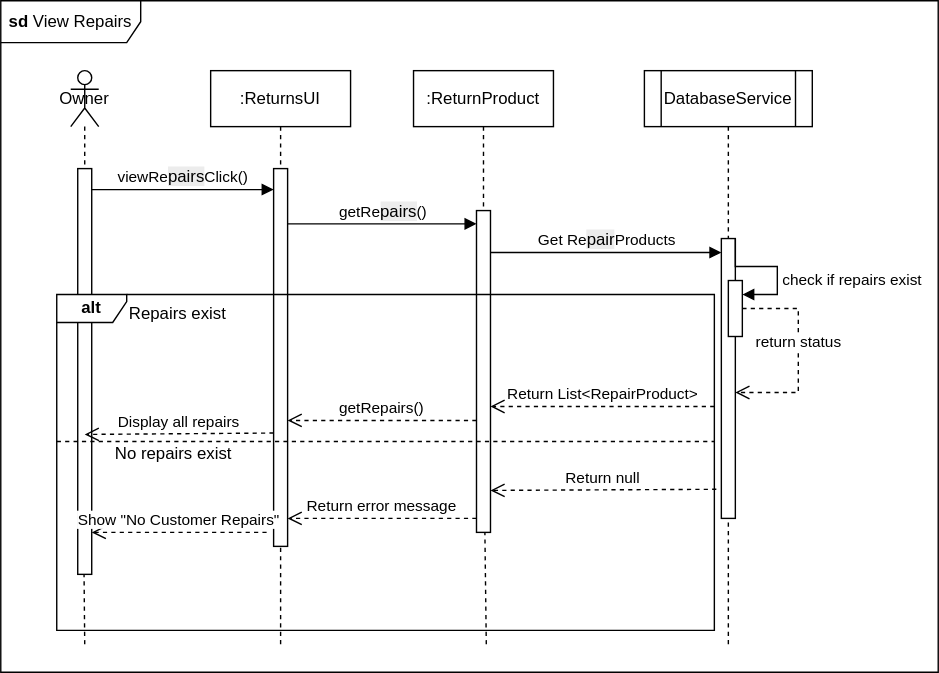
Earlier version of the draw.io export View Repairs ISD.svg (Simamkele88/IFM3_GP). Source tidied: cells renumbered, new cells last; positions are measured from the earlier drawing's top-left corner, leaving out a move shared by most shapes. Its diagram source:
```xml
<mxGraphModel>
  <root>
    <mxCell id="0" />
    <mxCell id="1" parent="0" />
    <mxCell id="2" value="&lt;b&gt;sd&lt;/b&gt; View Repairs" style="shape=umlFrame;whiteSpace=wrap;html=1;width=100;height=30;" parent="1" vertex="1">
      <mxGeometry width="670" height="480" as="geometry" />
    </mxCell>
    <mxCell id="3" value="Owner" style="shape=umlLifeline;perimeter=lifelinePerimeter;whiteSpace=wrap;html=1;newEdgeStyle={&quot;curved&quot;:0,&quot;rounded&quot;:0};participant=umlActor;" parent="1" vertex="1">
      <mxGeometry x="50" y="50" width="20" height="80" as="geometry" />
    </mxCell>
    <mxCell id="4" value=":ReturnsUI" style="shape=umlLifeline;perimeter=lifelinePerimeter;whiteSpace=wrap;html=1;newEdgeStyle={&quot;curved&quot;:0,&quot;rounded&quot;:0};" parent="1" vertex="1">
      <mxGeometry x="150" y="50" width="100" height="340" as="geometry" />
    </mxCell>
    <mxCell id="5" style="html=1;points=[[0,0,0,0,5],[0,1,0,0,-5],[1,0,0,0,5],[1,1,0,0,-5]];perimeter=orthogonalPerimeter;outlineConnect=0;targetShapes=umlLifeline;portConstraint=eastwest;newEdgeStyle={&quot;curved&quot;:0,&quot;rounded&quot;:0};" parent="4" vertex="1">
      <mxGeometry x="45" y="70" width="10" height="270" as="geometry" />
    </mxCell>
    <mxCell id="6" style="html=1;points=[[0,0,0,0,5],[0,1,0,0,-5],[1,0,0,0,5],[1,1,0,0,-5]];perimeter=orthogonalPerimeter;outlineConnect=0;targetShapes=umlLifeline;portConstraint=eastwest;newEdgeStyle={&quot;curved&quot;:0,&quot;rounded&quot;:0};" parent="1" vertex="1">
      <mxGeometry x="55" y="120" width="10" height="290" as="geometry" />
    </mxCell>
    <mxCell id="7" value="viewRe&lt;span style=&quot;font-size: 12px; text-wrap-mode: wrap; background-color: rgb(236, 236, 236);&quot;&gt;pairs&lt;/span&gt;Click()" style="html=1;verticalAlign=bottom;endArrow=block;curved=0;rounded=0;" parent="1" edge="1" source="6" target="5">
      <mxGeometry relative="1" as="geometry">
        <Array as="points">
          <mxPoint x="130" y="135" />
        </Array>
      </mxGeometry>
    </mxCell>
    <mxCell id="8" value=":ReturnProduct" style="shape=umlLifeline;perimeter=lifelinePerimeter;whiteSpace=wrap;html=1;newEdgeStyle={&quot;curved&quot;:0,&quot;rounded&quot;:0};" parent="1" vertex="1">
      <mxGeometry x="295" y="50" width="100" height="100" as="geometry" />
    </mxCell>
    <mxCell id="9" style="html=1;perimeter=orthogonalPerimeter;targetShapes=umlLifeline;newEdgeStyle={&quot;curved&quot;:0,&quot;rounded&quot;:0};" parent="1" vertex="1">
      <mxGeometry x="340" y="150" width="10" height="230" as="geometry" />
    </mxCell>
    <mxCell id="10" value="getRe&lt;span style=&quot;font-size: 12px; text-wrap-mode: wrap; background-color: rgb(236, 236, 236);&quot;&gt;pairs&lt;/span&gt;()" style="html=1;verticalAlign=bottom;endArrow=block;curved=0;rounded=0;" parent="1" edge="1">
      <mxGeometry relative="1" as="geometry">
        <mxPoint x="205" y="159.5" as="sourcePoint" />
        <mxPoint x="340" y="159.5" as="targetPoint" />
        <Array as="points">
          <mxPoint x="275" y="159.5" />
        </Array>
      </mxGeometry>
    </mxCell>
    <mxCell id="11" value="DatabaseService" style="shape=process;whiteSpace=wrap;html=1;backgroundOutline=1;" parent="1" vertex="1">
      <mxGeometry x="460" y="50" width="120" height="40" as="geometry" />
    </mxCell>
    <mxCell id="12" style="html=1;points=[[0,0,0,0,5],[0,1,0,0,-5],[1,0,0,0,5],[1,1,0,0,-5]];perimeter=orthogonalPerimeter;outlineConnect=0;targetShapes=umlLifeline;portConstraint=eastwest;newEdgeStyle={&quot;curved&quot;:0,&quot;rounded&quot;:0};" parent="1" vertex="1">
      <mxGeometry x="515" y="170" width="10" height="200" as="geometry" />
    </mxCell>
    <mxCell id="13" style="html=1;verticalAlign=bottom;endArrow=none;dashed=1;endSize=8;curved=0;rounded=0;startFill=0;exitX=0.5;exitY=1;exitDx=0;exitDy=0;" parent="1" edge="1" source="11" target="12">
      <mxGeometry relative="1" as="geometry" />
    </mxCell>
    <mxCell id="14" value="Get Re&lt;span style=&quot;font-size: 12px; text-wrap-mode: wrap; background-color: rgb(236, 236, 236);&quot;&gt;pair&lt;/span&gt;Products" style="html=1;verticalAlign=bottom;endArrow=block;curved=0;rounded=0;" parent="1" edge="1" target="12">
      <mxGeometry relative="1" as="geometry">
        <mxPoint x="350" y="180" as="sourcePoint" />
      </mxGeometry>
    </mxCell>
    <mxCell id="15" style="html=1;points=[[0,0,0,0,5],[0,1,0,0,-5],[1,0,0,0,5],[1,1,0,0,-5]];perimeter=orthogonalPerimeter;outlineConnect=0;targetShapes=umlLifeline;portConstraint=eastwest;newEdgeStyle={&quot;curved&quot;:0,&quot;rounded&quot;:0};" parent="1" vertex="1">
      <mxGeometry x="520" y="200" width="10" height="40" as="geometry" />
    </mxCell>
    <mxCell id="16" value="check if repairs exist" style="html=1;align=left;spacingLeft=2;endArrow=block;rounded=0;edgeStyle=orthogonalEdgeStyle;curved=0;rounded=0;" parent="1" edge="1" target="15">
      <mxGeometry x="0.26" relative="1" as="geometry">
        <mxPoint x="525" y="170" as="sourcePoint" />
        <Array as="points">
          <mxPoint x="525" y="190" />
          <mxPoint x="555" y="190" />
          <mxPoint x="555" y="210" />
        </Array>
      </mxGeometry>
    </mxCell>
    <mxCell id="17" value="&lt;b&gt;alt&lt;/b&gt;" style="shape=umlFrame;whiteSpace=wrap;html=1;width=50;height=20;" parent="1" vertex="1">
      <mxGeometry x="40" y="210" width="470" height="240" as="geometry" />
    </mxCell>
    <mxCell id="18" value="Repairs exist" style="text;html=1;" parent="17" vertex="1">
      <mxGeometry width="100" height="20" relative="1" as="geometry">
        <mxPoint x="50" as="offset" />
      </mxGeometry>
    </mxCell>
    <mxCell id="19" style="line;strokeWidth=1;dashed=1;labelPosition=center;verticalLabelPosition=bottom;align=left;verticalAlign=top;spacingLeft=20;spacingTop=15;html=1;whiteSpace=wrap;" parent="17" vertex="1">
      <mxGeometry y="100" width="470" height="10" as="geometry" />
    </mxCell>
    <mxCell id="20" value="No repairs exist" style="text;html=1;" parent="17" vertex="1">
      <mxGeometry x="40" y="100" width="100" height="20" as="geometry" />
    </mxCell>
    <mxCell id="21" value="Return List&amp;lt;RepairProduct&amp;gt;" style="html=1;verticalAlign=bottom;endArrow=open;dashed=1;endSize=8;curved=0;rounded=0;" parent="17" edge="1">
      <mxGeometry relative="1" as="geometry">
        <mxPoint x="470" y="80" as="sourcePoint" />
        <mxPoint x="310" y="80" as="targetPoint" />
      </mxGeometry>
    </mxCell>
    <mxCell id="22" value="getRepairs()" style="html=1;verticalAlign=bottom;endArrow=open;dashed=1;endSize=8;curved=0;rounded=0;" parent="17" edge="1" target="5">
      <mxGeometry relative="1" as="geometry">
        <mxPoint x="300" y="90" as="sourcePoint" />
      </mxGeometry>
    </mxCell>
    <mxCell id="23" value="Display all repairs" style="html=1;verticalAlign=bottom;endArrow=open;dashed=1;endSize=8;curved=0;rounded=0;" parent="17" edge="1">
      <mxGeometry relative="1" as="geometry">
        <mxPoint x="155" y="99" as="sourcePoint" />
        <mxPoint x="20" y="100" as="targetPoint" />
      </mxGeometry>
    </mxCell>
    <mxCell id="24" value="Return null" style="html=1;verticalAlign=bottom;endArrow=open;dashed=1;endSize=8;curved=0;rounded=0;exitX=1.003;exitY=0.58;exitDx=0;exitDy=0;exitPerimeter=0;" parent="17" edge="1" source="17">
      <mxGeometry relative="1" as="geometry">
        <mxPoint x="310" y="140" as="targetPoint" />
      </mxGeometry>
    </mxCell>
    <mxCell id="25" value="Return error message" style="html=1;verticalAlign=bottom;endArrow=open;dashed=1;endSize=8;curved=0;rounded=0;" parent="17" edge="1" target="5">
      <mxGeometry relative="1" as="geometry">
        <mxPoint x="300" y="160" as="sourcePoint" />
      </mxGeometry>
    </mxCell>
    <mxCell id="26" value="Show &quot;No Customer Repairs&quot;" style="html=1;verticalAlign=bottom;endArrow=open;dashed=1;endSize=8;curved=0;rounded=0;" parent="17" edge="1" target="6">
      <mxGeometry relative="1" as="geometry">
        <mxPoint x="150" y="170" as="sourcePoint" />
      </mxGeometry>
    </mxCell>
    <mxCell id="27" value="return status" style="html=1;verticalAlign=bottom;endArrow=open;dashed=1;endSize=8;rounded=0;edgeStyle=orthogonalEdgeStyle;" parent="1" edge="1" source="15" target="12">
      <mxGeometry relative="1" as="geometry">
        <Array as="points">
          <mxPoint x="570" y="220" />
          <mxPoint x="570" y="280" />
        </Array>
      </mxGeometry>
    </mxCell>
    <mxCell id="28" style="endArrow=none;dashed=1;html=1;rounded=0;" parent="1" edge="1" target="5">
      <mxGeometry relative="1" as="geometry">
        <mxPoint x="200" y="460" as="sourcePoint" />
      </mxGeometry>
    </mxCell>
    <mxCell id="29" style="endArrow=none;dashed=1;html=1;rounded=0;" parent="1" edge="1">
      <mxGeometry relative="1" as="geometry">
        <mxPoint x="347" y="460" as="sourcePoint" />
        <mxPoint x="346" y="380" as="targetPoint" />
      </mxGeometry>
    </mxCell>
    <mxCell id="30" style="endArrow=none;dashed=1;html=1;rounded=0;" parent="1" edge="1" target="12">
      <mxGeometry relative="1" as="geometry">
        <mxPoint x="520" y="460" as="sourcePoint" />
      </mxGeometry>
    </mxCell>
    <mxCell id="31" style="endArrow=none;dashed=1;html=1;rounded=0;" parent="1" edge="1">
      <mxGeometry relative="1" as="geometry">
        <mxPoint x="60" y="460" as="sourcePoint" />
        <mxPoint x="59.5" y="410" as="targetPoint" />
      </mxGeometry>
    </mxCell>
  </root>
</mxGraphModel>
```
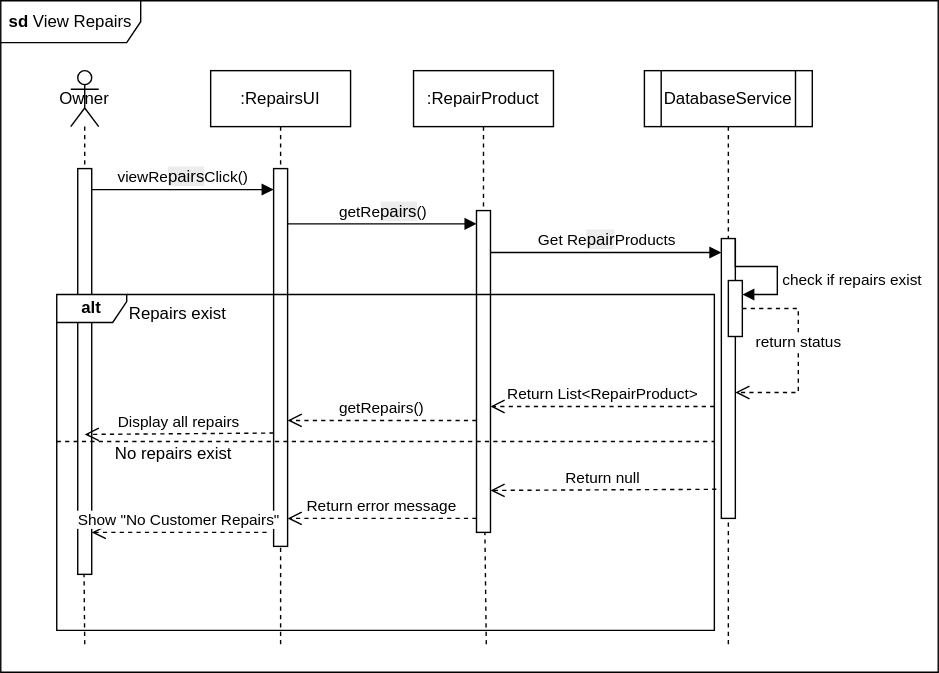
Above is the later version.

What changed in the source:
```diff
@@ -8,7 +8,7 @@
     <mxCell id="3" value="Owner" style="shape=umlLifeline;perimeter=lifelinePerimeter;whiteSpace=wrap;html=1;newEdgeStyle={&quot;curved&quot;:0,&quot;rounded&quot;:0};participant=umlActor;" parent="1" vertex="1">
       <mxGeometry x="50" y="50" width="20" height="80" as="geometry" />
     </mxCell>
-    <mxCell id="4" value=":ReturnsUI" style="shape=umlLifeline;perimeter=lifelinePerimeter;whiteSpace=wrap;html=1;newEdgeStyle={&quot;curved&quot;:0,&quot;rounded&quot;:0};" parent="1" vertex="1">
+    <mxCell id="4" value=":RepairsUI" style="shape=umlLifeline;perimeter=lifelinePerimeter;whiteSpace=wrap;html=1;newEdgeStyle={&quot;curved&quot;:0,&quot;rounded&quot;:0};" parent="1" vertex="1">
       <mxGeometry x="150" y="50" width="100" height="340" as="geometry" />
     </mxCell>
     <mxCell id="5" style="html=1;points=[[0,0,0,0,5],[0,1,0,0,-5],[1,0,0,0,5],[1,1,0,0,-5]];perimeter=orthogonalPerimeter;outlineConnect=0;targetShapes=umlLifeline;portConstraint=eastwest;newEdgeStyle={&quot;curved&quot;:0,&quot;rounded&quot;:0};" parent="4" vertex="1">
@@ -24,7 +24,7 @@
         </Array>
       </mxGeometry>
     </mxCell>
-    <mxCell id="8" value=":ReturnProduct" style="shape=umlLifeline;perimeter=lifelinePerimeter;whiteSpace=wrap;html=1;newEdgeStyle={&quot;curved&quot;:0,&quot;rounded&quot;:0};" parent="1" vertex="1">
+    <mxCell id="8" value=":RepairProduct" style="shape=umlLifeline;perimeter=lifelinePerimeter;whiteSpace=wrap;html=1;newEdgeStyle={&quot;curved&quot;:0,&quot;rounded&quot;:0};" parent="1" vertex="1">
       <mxGeometry x="295" y="50" width="100" height="100" as="geometry" />
     </mxCell>
     <mxCell id="9" style="html=1;perimeter=orthogonalPerimeter;targetShapes=umlLifeline;newEdgeStyle={&quot;curved&quot;:0,&quot;rounded&quot;:0};" parent="1" vertex="1">
```
